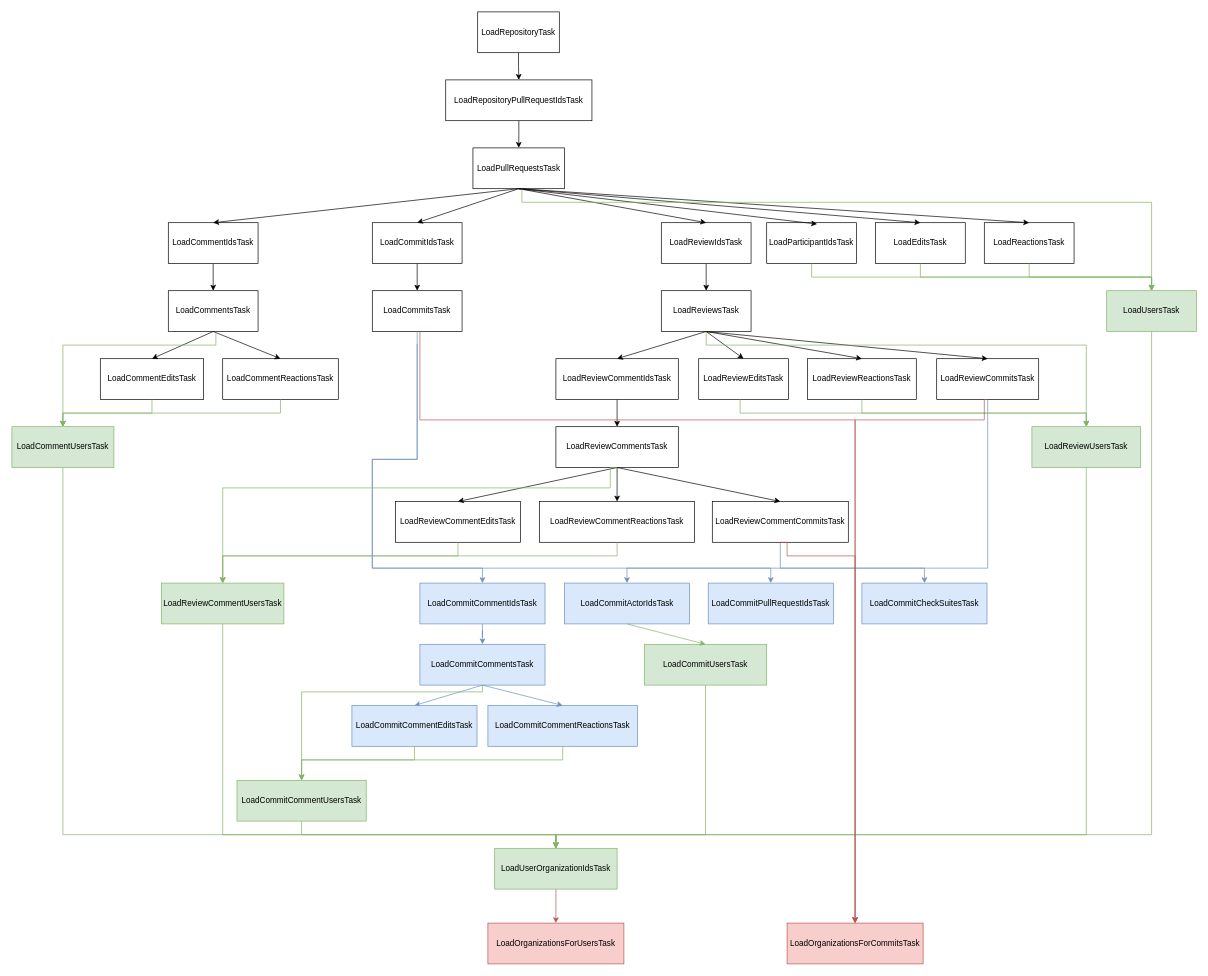
Before: page "Single Repository Flow" (1 of 3) of diagrams/halvemaan.drawio in chr1smy3rs/halvemaan, a draw.io diagram. Source tidied: cells renumbered, new cells numbered last; positions are measured from the earlier drawing's top-left corner, leaving out a move shared by most shapes. Both pictures are drawn from the tidied source at 68%, with x=0, y=0 at pixel (12, 12).
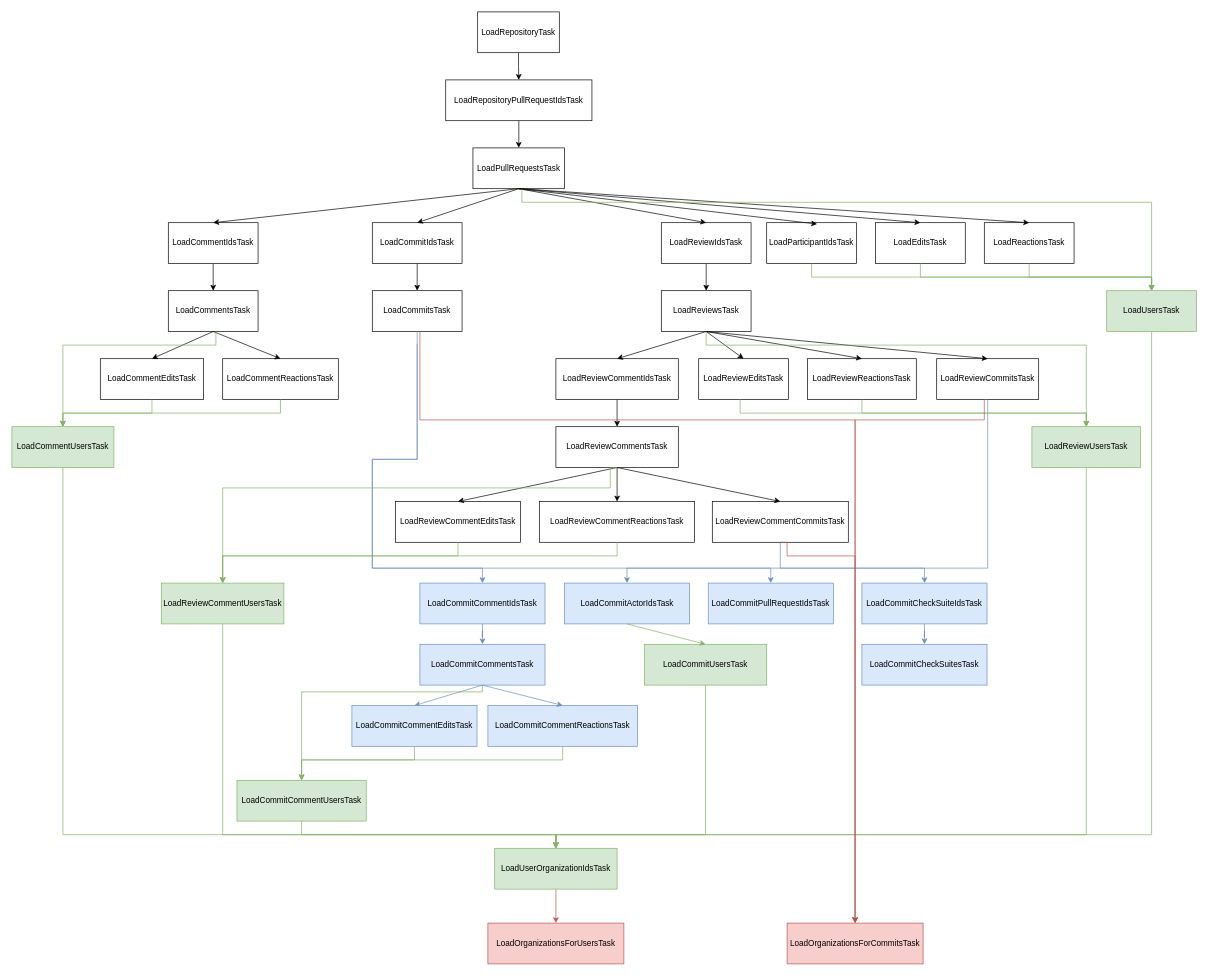
Above is the later version.

The edit, as a diff of the source:
```diff
@@
+    <mxCell id="95" style="edgeStyle=orthogonalEdgeStyle;rounded=0;jettySize=auto;html=1;fillColor=#dae8fc;strokeColor=#6c8ebf;" parent="1" edge="1" source="58" target="96">
+      <mxGeometry relative="1" as="geometry" />
+    </mxCell>
-    <mxCell id="58" value="LoadCommitCheckSuitesTask" style="rounded=0;whiteSpace=wrap;html=1;fillColor=#dae8fc;strokeColor=#6c8ebf;" parent="1" vertex="1">
+    <mxCell id="58" value="LoadCommitCheckSuiteIdsTask" style="rounded=0;whiteSpace=wrap;html=1;fillColor=#dae8fc;strokeColor=#6c8ebf;" parent="1" vertex="1">
       <mxGeometry x="1250" y="840" width="184" height="60" as="geometry" />
     </mxCell>
@@
+    <mxCell id="96" value="LoadCommitCheckSuitesTask" style="rounded=0;whiteSpace=wrap;html=1;fillColor=#dae8fc;strokeColor=#6c8ebf;" parent="1" vertex="1">
+      <mxGeometry x="1250" y="930" width="184" height="60" as="geometry" />
+    </mxCell>
```
